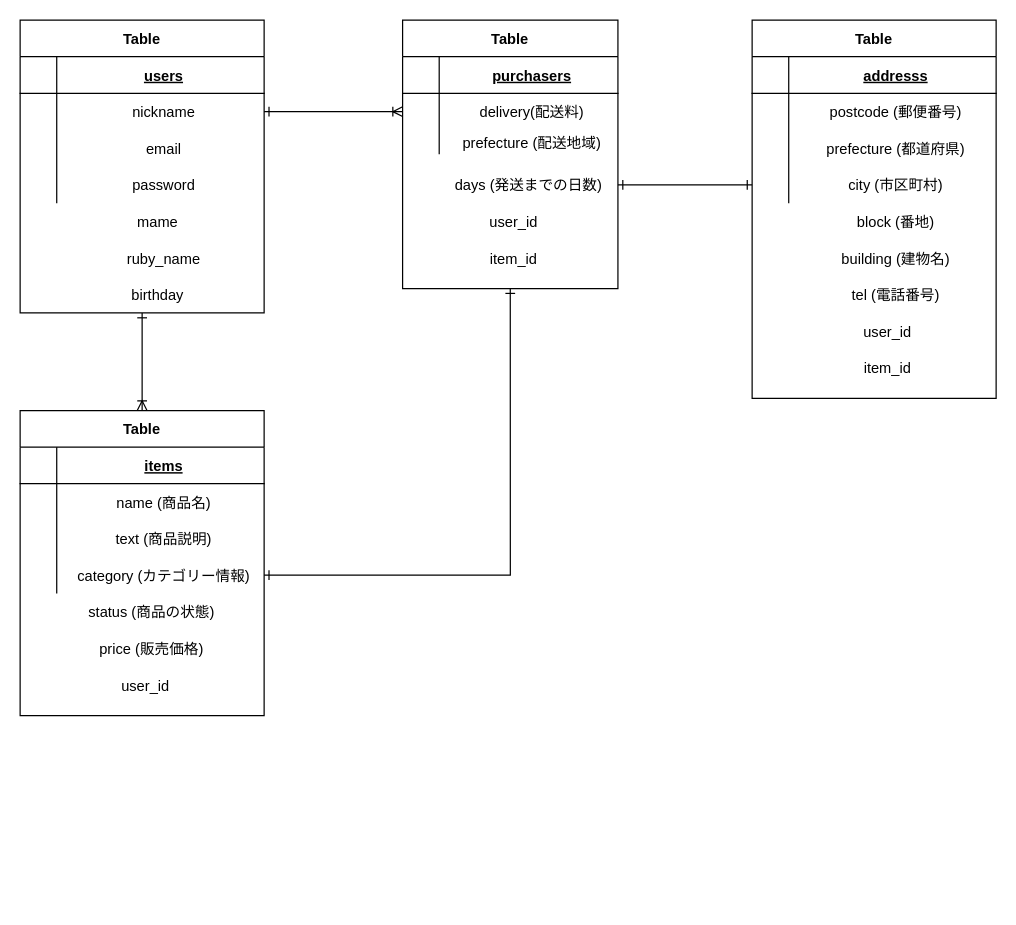
Earlier version of the draw.io diagram app/views/items/test.dio (haze-yuuji/furima-34802). Source tidied: cells renumbered, new cells numbered last; positions are measured from the earlier drawing's top-left corner, leaving out a move shared by most shapes. Both pictures are drawn from the tidied source at 122%, with x=0, y=0 at pixel (20, 20).
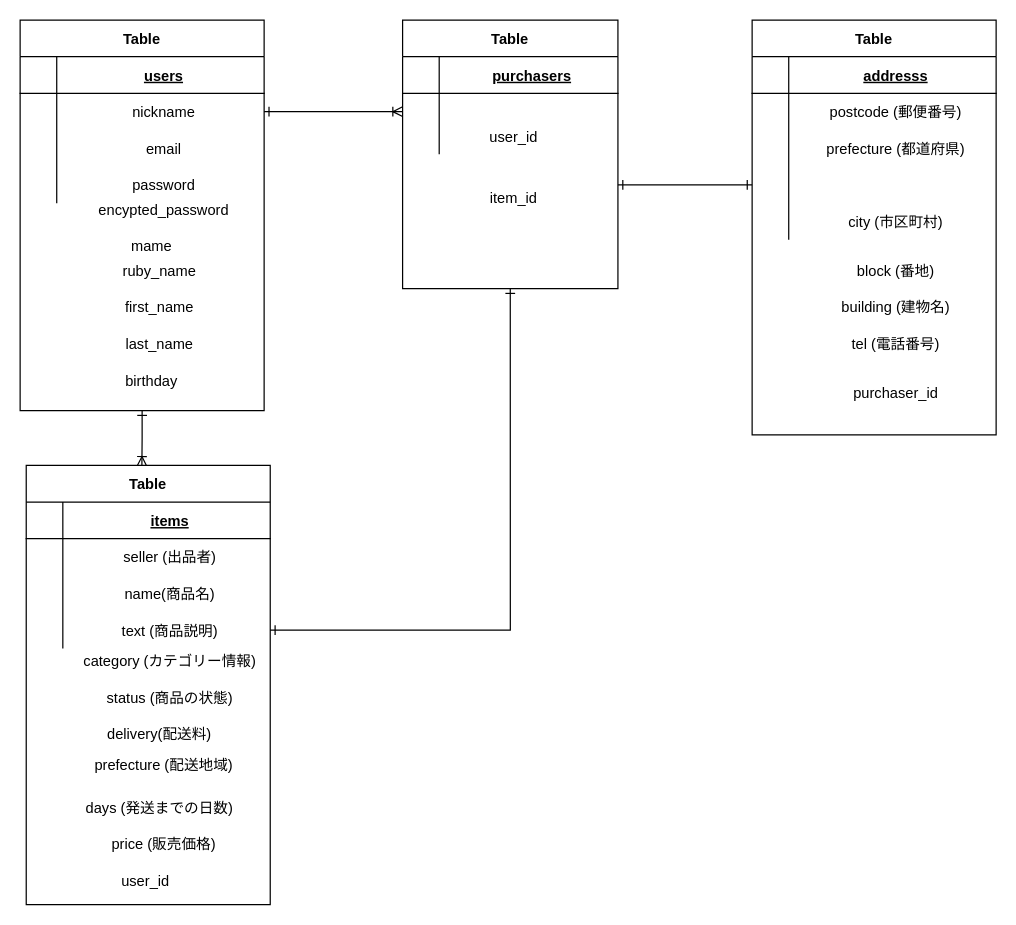
Above is the later version.

Commit message (it also covers changes not shown here):
データベース設計修正

Unchanged cells that the change refers to:
```xml
<mxCell id="23" style="shape=partialRectangle;fillColor=none;top=0;left=0;bottom=0;right=0;" parent="19" vertex="1">
  <mxGeometry y="60" width="200" height="30" as="geometry" />
</mxCell>
<mxCell id="26" style="shape=partialRectangle;fillColor=none;top=0;left=0;bottom=0;right=0;" parent="19" vertex="1">
  <mxGeometry y="90" width="200" height="30" as="geometry" />
</mxCell>
<mxCell id="29" style="shape=partialRectangle;fillColor=none;top=0;left=0;bottom=0;right=0;points=[[0,0.5],[1,0.5]];portConstraint=eastwest;" parent="19" vertex="1">
  <mxGeometry y="120" width="200" height="30" as="geometry" />
</mxCell>
<mxCell id="39" style="shape=partialRectangle;fillColor=none;top=0;left=0;bottom=0;right=0;points=[[0,0.5],[1,0.5]];portConstraint=eastwest;" parent="35" vertex="1">
  <mxGeometry y="60" width="176.5" height="30" as="geometry" />
</mxCell>
<mxCell id="42" style="shape=partialRectangle;fillColor=none;top=0;left=0;bottom=0;right=0;" parent="35" vertex="1">
  <mxGeometry y="90" width="176.5" height="20" as="geometry" />
</mxCell>
<mxCell id="56" style="shape=partialRectangle;fillColor=none;top=0;left=0;bottom=0;right=0;points=[[0,0.5],[1,0.5]];portConstraint=eastwest;" parent="46" vertex="1">
  <mxGeometry y="120" width="200" height="30" as="geometry" />
</mxCell>
```

Diff of the diagram source:
```diff
@@
+    <mxCell id="69" style="edgeStyle=orthogonalEdgeStyle;rounded=0;jettySize=auto;html=1;exitX=0.5;exitY=1;exitDx=0;exitDy=0;entryX=0.474;entryY=0.002;entryDx=0;entryDy=0;entryPerimeter=0;startArrow=ERone;startFill=0;endArrow=ERoneToMany;endFill=0;" parent="1" edge="1" source="2" target="19">
+      <mxGeometry relative="1" as="geometry" />
+    </mxCell>
     <mxCell id="2" value="Table" style="shape=table;startSize=30;childLayout=tableLayout;rowLines=0;fontStyle=1;align=center;" parent="1" vertex="1">
-      <mxGeometry width="200" height="240" as="geometry" />
+      <mxGeometry width="200" height="320" as="geometry" />
     </mxCell>
@@
     <mxCell id="15" value="mame" style="shape=partialRectangle;fillColor=none;top=0;left=0;bottom=0;right=0;align=center;spacingLeft=6;overflow=hidden;" parent="1" vertex="1">
-      <mxGeometry x="35" y="150" width="150" height="30" as="geometry" />
+      <mxGeometry x="30" y="170" width="150" height="30" as="geometry" />
     </mxCell>
     <mxCell id="16" value="ruby_name" style="shape=partialRectangle;fillColor=none;top=0;left=0;bottom=0;right=0;align=center;spacingLeft=6;overflow=hidden;direction=west;" parent="1" vertex="1">
-      <mxGeometry x="40" y="180" width="150" height="30" as="geometry" />
+      <mxGeometry x="36.5" y="190" width="150" height="30" as="geometry" />
     </mxCell>
     <mxCell id="17" value="birthday" style="shape=partialRectangle;fillColor=none;top=0;left=0;bottom=0;right=0;align=center;spacingLeft=6;overflow=hidden;" parent="1" vertex="1">
-      <mxGeometry x="35" y="210" width="150" height="30" as="geometry" />
+      <mxGeometry x="30" y="280" width="150" height="30" as="geometry" />
     </mxCell>
-    <mxCell id="18" style="edgeStyle=orthogonalEdgeStyle;rounded=0;jettySize=auto;html=1;exitX=0.5;exitY=0;exitDx=0;exitDy=0;startArrow=ERoneToMany;startFill=0;endArrow=ERone;endFill=0;" parent="1" edge="1" source="19">
-      <mxGeometry relative="1" as="geometry">
-        <mxPoint x="100" y="240" as="targetPoint" />
-      </mxGeometry>
-    </mxCell>
     <mxCell id="19" value="Table" style="shape=table;startSize=30;childLayout=tableLayout;rowLines=0;fontStyle=1;align=center;" parent="1" vertex="1">
-      <mxGeometry y="320" width="200" height="250" as="geometry" />
+      <mxGeometry x="5" y="365" width="200" height="360" as="geometry" />
     </mxCell>
@@
-    <mxCell id="25" value="name (商品名)" style="shape=partialRectangle;fillColor=none;top=0;left=0;bottom=0;right=0;align=center;spacingLeft=6;overflow=hidden;" parent="23" vertex="1">
+    <mxCell id="25" value="seller (出品者)" style="shape=partialRectangle;fillColor=none;top=0;left=0;bottom=0;right=0;align=center;spacingLeft=6;overflow=hidden;" parent="23" vertex="1">
       <mxGeometry x="30" width="170" height="30" as="geometry" />
     </mxCell>
@@
-    <mxCell id="28" value="text (商品説明)" style="shape=partialRectangle;fillColor=none;top=0;left=0;bottom=0;right=0;align=center;spacingLeft=6;overflow=hidden;" parent="26" vertex="1">
+    <mxCell id="28" value="name(商品名)" style="shape=partialRectangle;fillColor=none;top=0;left=0;bottom=0;right=0;align=center;spacingLeft=6;overflow=hidden;" parent="26" vertex="1">
       <mxGeometry x="30" width="170" height="30" as="geometry" />
     </mxCell>
@@
-    <mxCell id="31" value="category (カテゴリー情報)" style="shape=partialRectangle;fillColor=none;top=0;left=0;bottom=0;right=0;align=center;spacingLeft=6;overflow=hidden;" parent="29" vertex="1">
+    <mxCell id="31" value="text (商品説明)" style="shape=partialRectangle;fillColor=none;top=0;left=0;bottom=0;right=0;align=center;spacingLeft=6;overflow=hidden;" parent="29" vertex="1">
       <mxGeometry x="30" width="170" height="30" as="geometry" />
     </mxCell>
     <mxCell id="32" value="status (商品の状態)" style="shape=partialRectangle;fillColor=none;top=0;left=0;bottom=0;right=0;align=center;spacingLeft=6;overflow=hidden;" parent="1" vertex="1">
-      <mxGeometry x="25" y="470" width="160" height="30" as="geometry" />
+      <mxGeometry x="40" y="540" width="160" height="30" as="geometry" />
     </mxCell>
-    <mxCell id="33" value="days (発送までの日数)" style="shape=partialRectangle;fillColor=none;top=0;left=0;bottom=0;right=0;align=center;spacingLeft=6;overflow=hidden;" parent="1" vertex="1">
-      <mxGeometry x="334" y="120" width="160" height="30" as="geometry" />
-    </mxCell>
     <mxCell id="34" value="price (販売価格)" style="shape=partialRectangle;fillColor=none;top=0;left=0;bottom=0;right=0;align=center;spacingLeft=6;overflow=hidden;" parent="1" vertex="1">
-      <mxGeometry x="25" y="500" width="160" height="30" as="geometry" />
+      <mxGeometry x="35" y="660" width="160" height="30" as="geometry" />
     </mxCell>
@@
-    <mxCell id="41" value="delivery(配送料)" style="shape=partialRectangle;fillColor=none;top=0;left=0;bottom=0;right=0;align=center;spacingLeft=6;overflow=hidden;" parent="39" vertex="1">
+    <mxCell id="41" style="shape=partialRectangle;fillColor=none;top=0;left=0;bottom=0;right=0;align=center;spacingLeft=6;overflow=hidden;" parent="39" vertex="1">
       <mxGeometry x="30" width="146.5" height="30" as="geometry" />
     </mxCell>
@@
-    <mxCell id="44" value="prefecture (配送地域)" style="shape=partialRectangle;fillColor=none;top=0;left=0;bottom=0;right=0;align=center;spacingLeft=6;overflow=hidden;" parent="42" vertex="1">
+    <mxCell id="44" style="shape=partialRectangle;fillColor=none;top=0;left=0;bottom=0;right=0;align=center;spacingLeft=6;overflow=hidden;" parent="42" vertex="1">
       <mxGeometry x="30" width="146.5" height="20" as="geometry" />
     </mxCell>
     <mxCell id="45" value="user_id" style="shape=partialRectangle;fillColor=none;top=0;left=0;bottom=0;right=0;align=center;spacingLeft=6;overflow=hidden;" parent="1" vertex="1">
-      <mxGeometry x="20" y="530" width="160" height="30" as="geometry" />
+      <mxGeometry x="20" y="690" width="160" height="30" as="geometry" />
     </mxCell>
     <mxCell id="46" value="Table" style="shape=table;startSize=30;childLayout=tableLayout;rowLines=0;fontStyle=1;align=center;" parent="1" vertex="1">
-      <mxGeometry x="600" width="200" height="310" as="geometry" />
+      <mxGeometry x="600" width="200" height="340" as="geometry" />
     </mxCell>
@@
-    <mxCell id="58" value="city (市区町村)" style="shape=partialRectangle;fillColor=none;top=0;left=0;bottom=0;right=0;align=center;spacingLeft=6;overflow=hidden;" parent="56" vertex="1">
+    <mxCell id="58" style="shape=partialRectangle;fillColor=none;top=0;left=0;bottom=0;right=0;align=center;spacingLeft=6;overflow=hidden;" parent="56" vertex="1">
       <mxGeometry x="30" width="170" height="30" as="geometry" />
     </mxCell>
+    <mxCell id="70" style="shape=partialRectangle;fillColor=none;top=0;left=0;bottom=0;right=0;" parent="46" vertex="1">
+      <mxGeometry y="150" width="200" height="30" as="geometry" />
+    </mxCell>
+    <mxCell id="71" style="shape=partialRectangle;fillColor=none;top=0;left=0;bottom=0;right=0;overflow=hidden;" parent="70" vertex="1">
+      <mxGeometry width="30" height="30" as="geometry" />
+    </mxCell>
+    <mxCell id="72" value="city (市区町村)" style="shape=partialRectangle;fillColor=none;top=0;left=0;bottom=0;right=0;align=center;spacingLeft=6;overflow=hidden;" parent="70" vertex="1">
+      <mxGeometry x="30" width="170" height="30" as="geometry" />
+    </mxCell>
     <mxCell id="59" value="block (番地)" style="shape=partialRectangle;fillColor=none;top=0;left=0;bottom=0;right=0;align=center;spacingLeft=6;overflow=hidden;" parent="1" vertex="1">
-      <mxGeometry x="640" y="150" width="150" height="30" as="geometry" />
+      <mxGeometry x="640" y="190" width="150" height="30" as="geometry" />
     </mxCell>
     <mxCell id="60" value="building (建物名)" style="shape=partialRectangle;fillColor=none;top=0;left=0;bottom=0;right=0;align=center;spacingLeft=6;overflow=hidden;" parent="1" vertex="1">
-      <mxGeometry x="640" y="180" width="150" height="30" as="geometry" />
+      <mxGeometry x="640" y="220" width="150" height="30" as="geometry" />
     </mxCell>
     <mxCell id="61" value="tel (電話番号)" style="shape=partialRectangle;fillColor=none;top=0;left=0;bottom=0;right=0;align=center;spacingLeft=6;overflow=hidden;" parent="1" vertex="1">
-      <mxGeometry x="640" y="210" width="150" height="30" as="geometry" />
+      <mxGeometry x="640" y="250" width="150" height="30" as="geometry" />
     </mxCell>
@@
-    <mxCell id="63" value="user_id" style="shape=partialRectangle;fillColor=none;top=0;left=0;bottom=0;right=0;align=center;spacingLeft=6;overflow=hidden;" parent="1" vertex="1">
-      <mxGeometry x="650" y="240" width="116.5" height="30" as="geometry" />
-    </mxCell>
-    <mxCell id="64" value="item_id" style="shape=partialRectangle;fillColor=none;top=0;left=0;bottom=0;right=0;align=center;spacingLeft=6;overflow=hidden;" parent="1" vertex="1">
-      <mxGeometry x="650" y="270" width="116.5" height="30" as="geometry" />
-    </mxCell>
     <mxCell id="65" value="user_id" style="shape=partialRectangle;fillColor=none;top=0;left=0;bottom=0;right=0;align=center;spacingLeft=6;overflow=hidden;" parent="1" vertex="1">
-      <mxGeometry x="321.8" y="150" width="160" height="30" as="geometry" />
+      <mxGeometry x="321.8" y="80" width="160" height="30" as="geometry" />
     </mxCell>
     <mxCell id="66" value="item_id" style="shape=partialRectangle;fillColor=none;top=0;left=0;bottom=0;right=0;align=center;spacingLeft=6;overflow=hidden;" parent="1" vertex="1">
-      <mxGeometry x="321.8" y="180" width="160" height="30" as="geometry" />
+      <mxGeometry x="321.8" y="130" width="160" height="30" as="geometry" />
     </mxCell>
@@
+    <mxCell id="73" value="delivery(配送料)" style="shape=partialRectangle;fillColor=none;top=0;left=0;bottom=0;right=0;align=center;spacingLeft=6;overflow=hidden;" parent="1" vertex="1">
+      <mxGeometry x="38.2" y="570" width="146.5" height="30" as="geometry" />
+    </mxCell>
+    <mxCell id="74" value="prefecture (配送地域)" style="shape=partialRectangle;fillColor=none;top=0;left=0;bottom=0;right=0;align=center;spacingLeft=6;overflow=hidden;" parent="1" vertex="1">
+      <mxGeometry x="41.8" y="600" width="146.5" height="20" as="geometry" />
+    </mxCell>
+    <mxCell id="33" value="days (発送までの日数)" style="shape=partialRectangle;fillColor=none;top=0;left=0;bottom=0;right=0;align=center;spacingLeft=6;overflow=hidden;" parent="1" vertex="1">
+      <mxGeometry x="31.5" y="630" width="160" height="30" as="geometry" />
+    </mxCell>
+    <mxCell id="75" value="purchaser_id" style="shape=partialRectangle;fillColor=none;top=0;left=0;bottom=0;right=0;align=center;spacingLeft=6;overflow=hidden;" parent="1" vertex="1">
+      <mxGeometry x="640" y="290" width="150" height="30" as="geometry" />
+    </mxCell>
+    <mxCell id="76" value="encypted_password" style="shape=partialRectangle;fillColor=none;top=0;left=0;bottom=0;right=0;align=center;spacingLeft=6;overflow=hidden;" parent="1" vertex="1">
+      <mxGeometry x="30" y="140" width="170" height="30" as="geometry" />
+    </mxCell>
+    <mxCell id="77" value="first_name" style="shape=partialRectangle;fillColor=none;top=0;left=0;bottom=0;right=0;align=center;spacingLeft=6;overflow=hidden;direction=west;" parent="1" vertex="1">
+      <mxGeometry x="36.5" y="220" width="150" height="30" as="geometry" />
+    </mxCell>
+    <mxCell id="78" value="last_name" style="shape=partialRectangle;fillColor=none;top=0;left=0;bottom=0;right=0;align=center;spacingLeft=6;overflow=hidden;direction=west;" parent="1" vertex="1">
+      <mxGeometry x="36.5" y="250" width="150" height="30" as="geometry" />
+    </mxCell>
+    <mxCell id="79" value="category (カテゴリー情報)" style="shape=partialRectangle;fillColor=none;top=0;left=0;bottom=0;right=0;align=center;spacingLeft=6;overflow=hidden;" parent="1" vertex="1">
+      <mxGeometry x="40" y="510" width="160" height="30" as="geometry" />
+    </mxCell>
```
